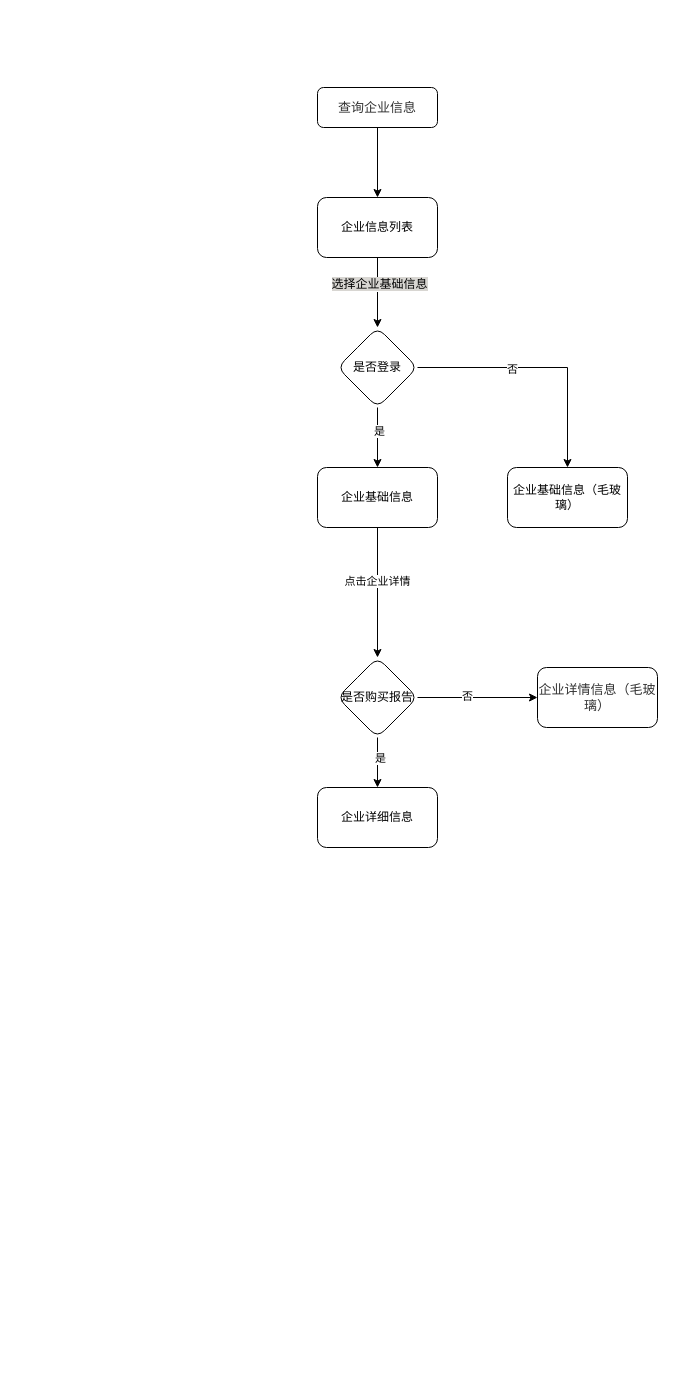
Before: 全球鹰.drawio in lq460541033/draw_dev, a draw.io diagram. Source tidied: cells renumbered, new cells numbered last; positions are measured from the earlier drawing's top-left corner, leaving out a move shared by most shapes. Both pictures are drawn from the tidied source at 100%, with x=0, y=0 at pixel (317, 87).
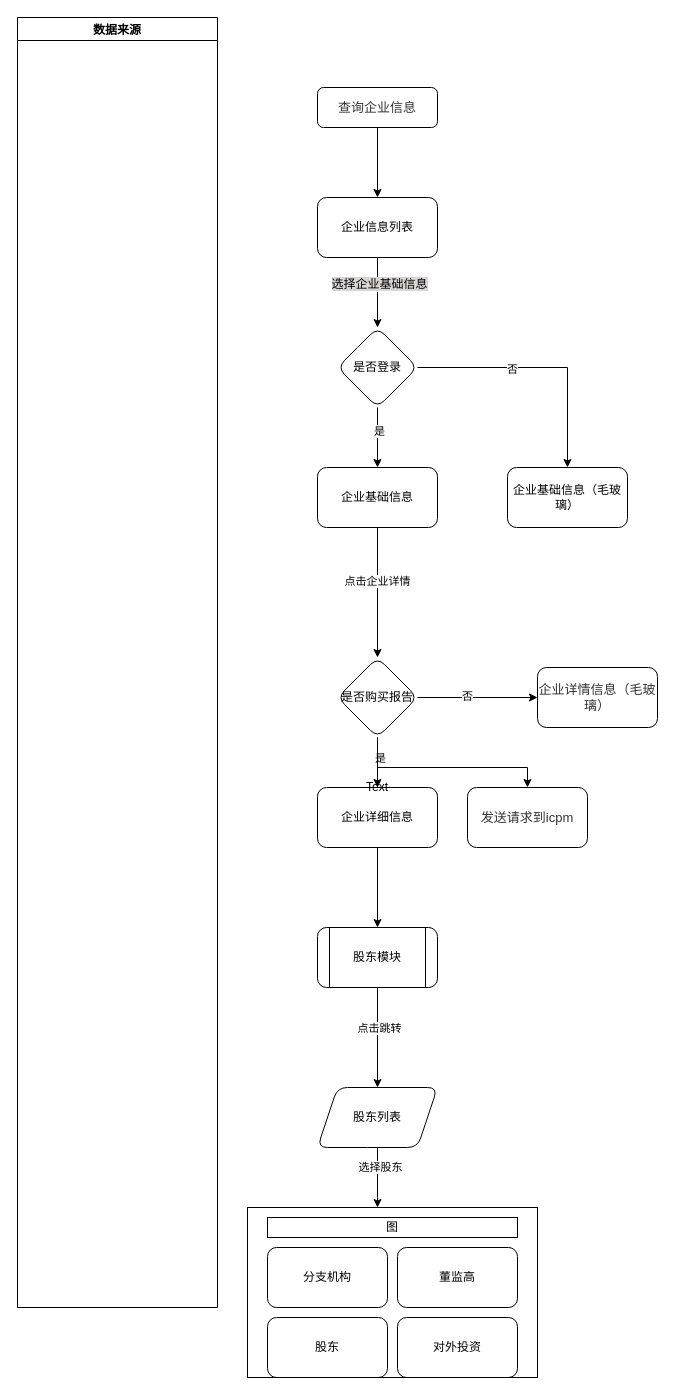
The same diagram, later.

The change refers to these unchanged cells:
```xml
<mxCell id="20" value="是否购买报告" style="rhombus;whiteSpace=wrap;html=1;rounded=1;" parent="1" vertex="1">
  <mxGeometry x="20" y="570" width="80" height="80" as="geometry" />
</mxCell>
<mxCell id="21" value="企业详细信息" style="whiteSpace=wrap;html=1;rounded=1;" parent="1" vertex="1">
  <mxGeometry y="700" width="120" height="60" as="geometry" />
</mxCell>
```

What changed in the source:
```diff
@@
+    <mxCell id="23" style="edgeStyle=orthogonalEdgeStyle;rounded=0;jettySize=auto;html=1;" parent="1" edge="1" source="20" target="25">
+      <mxGeometry relative="1" as="geometry">
+        <Array as="points">
+          <mxPoint x="60" y="680" />
+          <mxPoint x="210" y="680" />
+        </Array>
+      </mxGeometry>
+    </mxCell>
@@
+    <mxCell id="24" style="edgeStyle=orthogonalEdgeStyle;rounded=0;jettySize=auto;html=1;" parent="1" edge="1" source="21" target="28">
+      <mxGeometry relative="1" as="geometry" />
+    </mxCell>
@@
+    <mxCell id="25" value="&lt;span style=&quot;color: rgb(50 , 50 , 50) ; font-size: 13px ; background-color: rgba(255 , 255 , 255 , 0.01)&quot;&gt;发送请求到icpm&lt;/span&gt;" style="rounded=1;whiteSpace=wrap;html=1;" parent="1" vertex="1">
+      <mxGeometry x="150" y="700" width="120" height="60" as="geometry" />
+    </mxCell>
+    <mxCell id="26" style="edgeStyle=orthogonalEdgeStyle;rounded=0;jettySize=auto;html=1;" parent="1" edge="1" source="28" target="31">
+      <mxGeometry relative="1" as="geometry" />
+    </mxCell>
+    <mxCell id="27" value="点击跳转" style="edgeLabel;html=1;align=center;verticalAlign=middle;" parent="26" vertex="1">
+      <mxGeometry x="-0.2" y="1" relative="1" as="geometry" />
+    </mxCell>
+    <mxCell id="28" value="股东模块" style="shape=process;whiteSpace=wrap;html=1;backgroundOutline=1;rounded=1;" parent="1" vertex="1">
+      <mxGeometry y="840" width="120" height="60" as="geometry" />
+    </mxCell>
+    <mxCell id="29" style="edgeStyle=orthogonalEdgeStyle;rounded=0;jettySize=auto;html=1;" parent="1" edge="1" source="31" target="36">
+      <mxGeometry relative="1" as="geometry">
+        <Array as="points">
+          <mxPoint x="60" y="1110" />
+          <mxPoint x="60" y="1110" />
+        </Array>
+      </mxGeometry>
+    </mxCell>
+    <mxCell id="30" value="选择股东" style="edgeLabel;html=1;align=center;verticalAlign=middle;" parent="29" vertex="1">
+      <mxGeometry x="-0.36" y="2" relative="1" as="geometry" />
+    </mxCell>
+    <mxCell id="31" value="股东列表" style="shape=parallelogram;perimeter=parallelogramPerimeter;whiteSpace=wrap;html=1;fixedSize=1;rounded=1;" parent="1" vertex="1">
+      <mxGeometry y="1000" width="120" height="60" as="geometry" />
+    </mxCell>
+    <mxCell id="32" value="股东" style="whiteSpace=wrap;html=1;rounded=1;" parent="1" vertex="1">
+      <mxGeometry x="-50" y="1230" width="120" height="60" as="geometry" />
+    </mxCell>
+    <mxCell id="33" value="对外投资" style="whiteSpace=wrap;html=1;rounded=1;" parent="1" vertex="1">
+      <mxGeometry x="80" y="1230" width="120" height="60" as="geometry" />
+    </mxCell>
+    <mxCell id="34" value="董监高" style="whiteSpace=wrap;html=1;rounded=1;" parent="1" vertex="1">
+      <mxGeometry x="80" y="1160" width="120" height="60" as="geometry" />
+    </mxCell>
+    <mxCell id="35" value="分支机构" style="whiteSpace=wrap;html=1;rounded=1;" parent="1" vertex="1">
+      <mxGeometry x="-50" y="1160" width="120" height="60" as="geometry" />
+    </mxCell>
+    <mxCell id="36" style="rounded=0;whiteSpace=wrap;html=1;textOpacity=0;labelPosition=left;verticalLabelPosition=top;align=right;verticalAlign=bottom;fillColor=none;" parent="1" vertex="1">
+      <mxGeometry x="-70" y="1120" width="290" height="170" as="geometry" />
+    </mxCell>
+    <mxCell id="37" value="Text" style="text;html=1;strokeColor=none;fillColor=none;align=center;verticalAlign=middle;whiteSpace=wrap;rounded=0;" parent="1" vertex="1">
+      <mxGeometry x="40" y="690" width="40" height="20" as="geometry" />
+    </mxCell>
+    <mxCell id="38" value="图" style="rounded=0;whiteSpace=wrap;html=1;" parent="1" vertex="1">
+      <mxGeometry x="-50" y="1130" width="250" height="20" as="geometry" />
+    </mxCell>
+    <mxCell id="39" value="数据来源" style="swimlane;" parent="1" vertex="1">
+      <mxGeometry x="-300" y="-70" width="200" height="1290" as="geometry" />
+    </mxCell>
```
